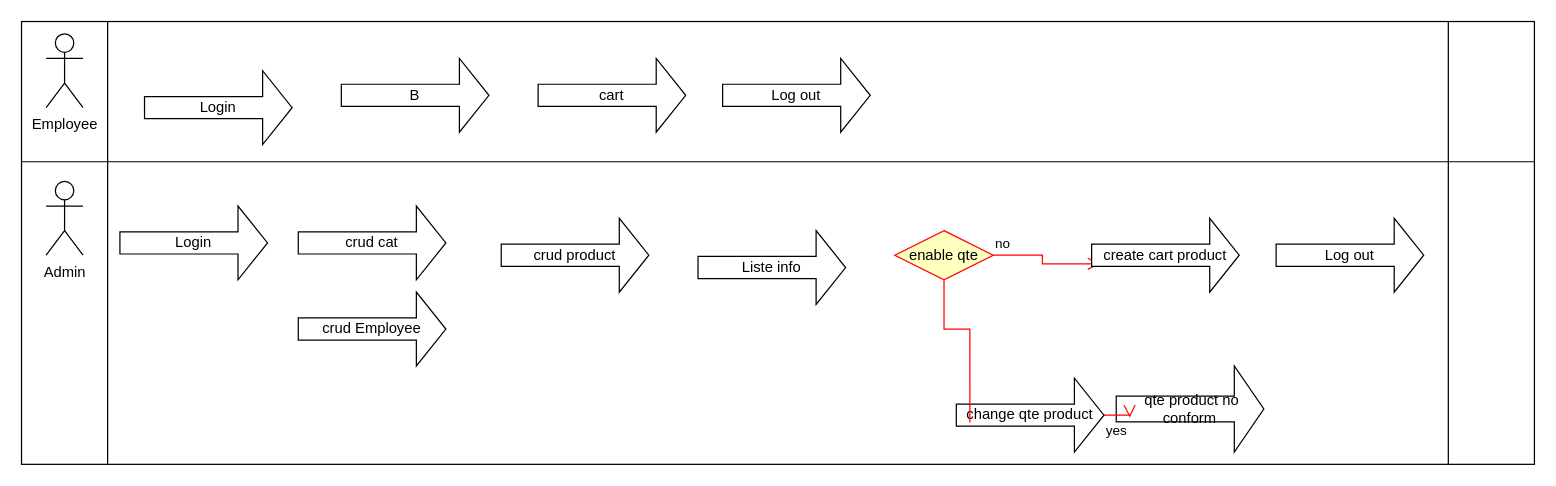
soufiane-ekouines/restaurants_cart keeps this draw.io diagram as page "apk" (3 of 3) of class Diagram.drawio. Above is the earlier version. Source tidied: cells renumbered, new cells numbered last; positions are measured from the earlier drawing's top-left corner, leaving out a move shared by most shapes. Both pictures are drawn from the tidied source at 123%, with x=0, y=0 at pixel (21, 21).
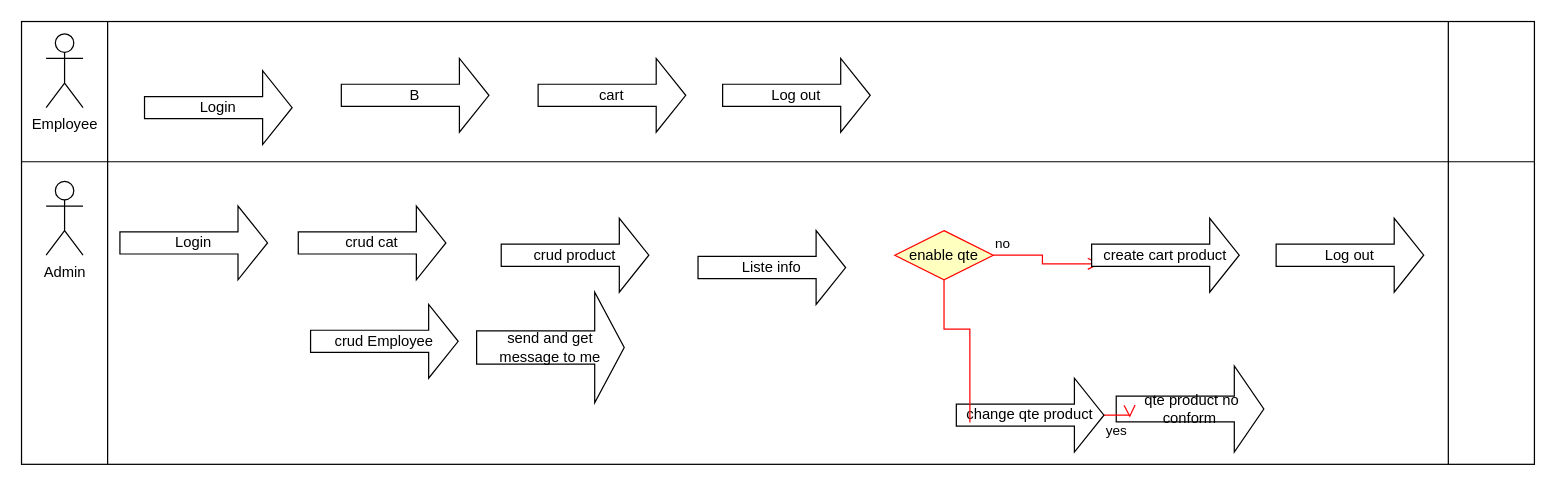
The same page after the edit.

Change to the diagram source:
```diff
@@
-    <mxCell id="22" value="crud Employee" style="shape=singleArrow;direction=east;whiteSpace=wrap;html=1;" parent="1" vertex="1">
-      <mxGeometry x="225" y="220" width="120" height="60" as="geometry" />
+    <mxCell id="22" value="send and get message to me" style="shape=singleArrow;direction=east;whiteSpace=wrap;html=1;" parent="1" vertex="1">
+      <mxGeometry x="370" y="220" width="120" height="90" as="geometry" />
     </mxCell>
+    <mxCell id="23" value="crud Employee" style="shape=singleArrow;direction=east;whiteSpace=wrap;html=1;" parent="1" vertex="1">
+      <mxGeometry x="235" y="230" width="120" height="60" as="geometry" />
+    </mxCell>
```
